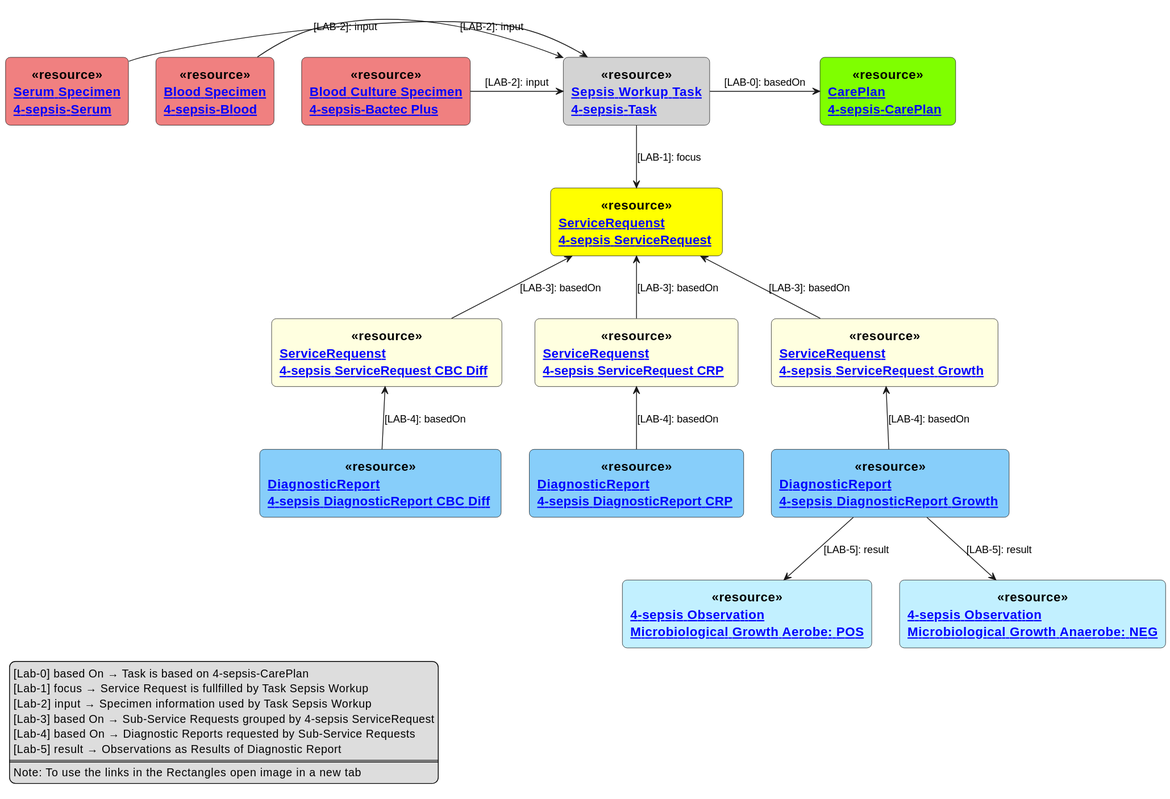
Above: input/images/4-sepsis-task.svg in hl7ch/ch-lab-order (PlantUML), before the change.
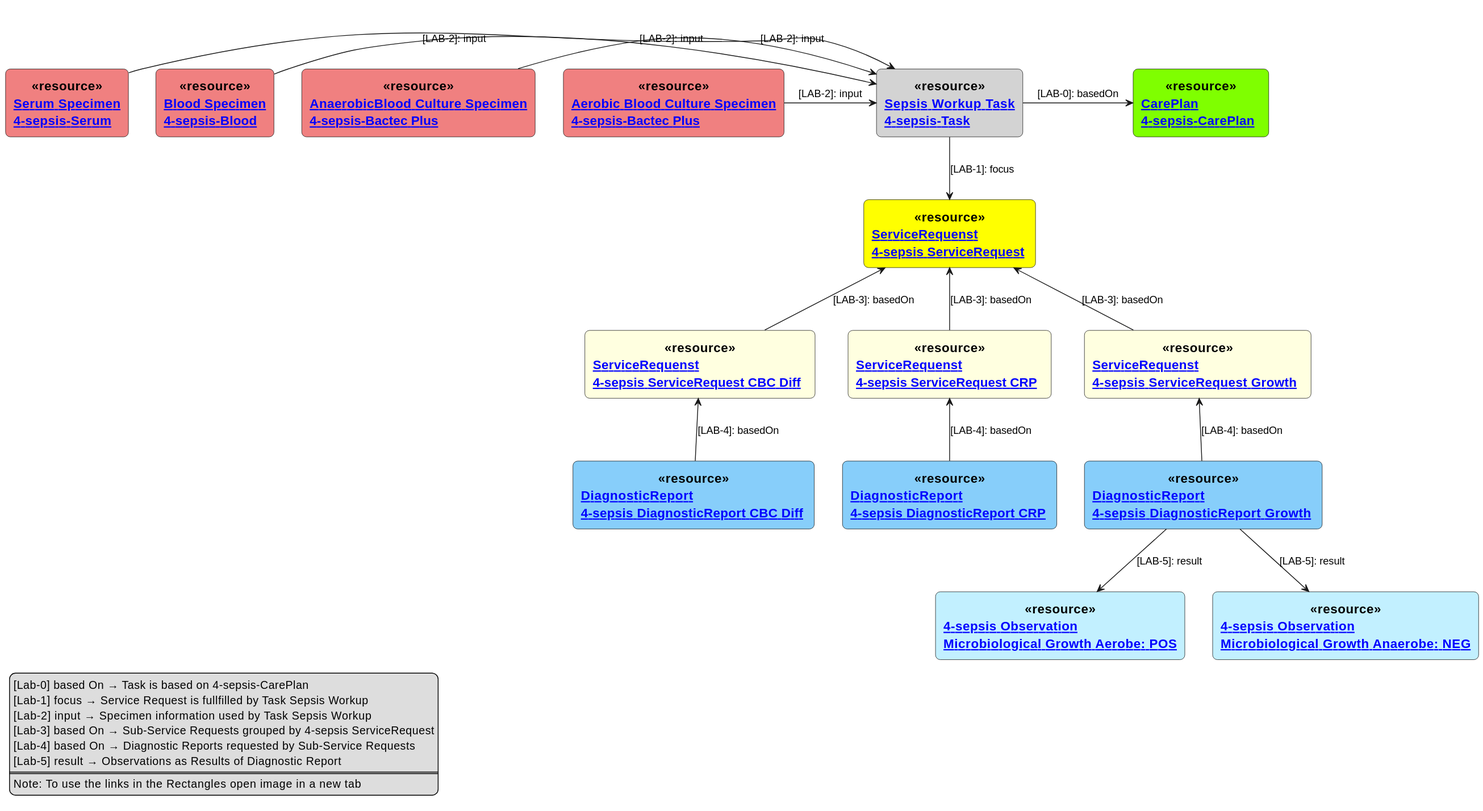
The same file after the commit.

Commit message:
split blood culture aerobe and anaerobe specimen

Diff of the diagram source:
```diff
@@ -23,7 +23,8 @@
 rectangle "[[ Observation-observationMicrobiolGrowthAnaerobe.html 4-sepsis Observation\nMicrobiological Growth Anaerobe: NEG]]" as OMANA <<$bProcess>><<resource>> #APPLICATION
 
 rectangle "[[ Task-4-sepsis-Task.html Sepsis Workup  Task\n4-sepsis-Task ]]" as T1 <<$bProcess>><<resource>> #LightGray
-rectangle "[[ Specimen-4-sepsis-Blood-bactec-plus.html Blood Culture Specimen\n4-sepsis-Bactec Plus ]]" as BBS <<$bProcess>><<resource>> #LightCoral
+rectangle "[[ Specimen-4-sepsis-Blood-bactec-plus-aerobic.html Aerobic Blood Culture Specimen\n4-sepsis-Bactec Plus ]]" as BBSA <<$bProcess>><<resource>> #LightCoral
+rectangle "[[ Specimen-4-sepsis-Blood-bactec-plus-anaerobic.html AnaerobicBlood Culture Specimen\n4-sepsis-Bactec Plus ]]" as BBSANA <<$bProcess>><<resource>> #LightCoral
 rectangle "[[ Specimen-4-sepsis-Blood.html Blood Specimen\n4-sepsis-Blood ]]" as BS <<$bProcess>><<resource>> #LightCoral
 rectangle "[[ Specimen-4-sepsis-Serum.html Serum Specimen\n4-sepsis-Serum ]]" as SS <<$bProcess>><<resource>> #LightCoral
 
@@ -38,7 +39,8 @@
 
 SR <-up- T1 : [LAB-1]: focus
 CP <-left- T1 : [LAB-0]: basedOn
-T1 <-left- BBS : [LAB-2]: input
+T1 <-left- BBSA : [LAB-2]: input
+T1 <-left- BBSANA : [LAB-2]: input
 T1 <-left- BS : [LAB-2]: input
 T1 <-left- SS : [LAB-2]: input
 
```
